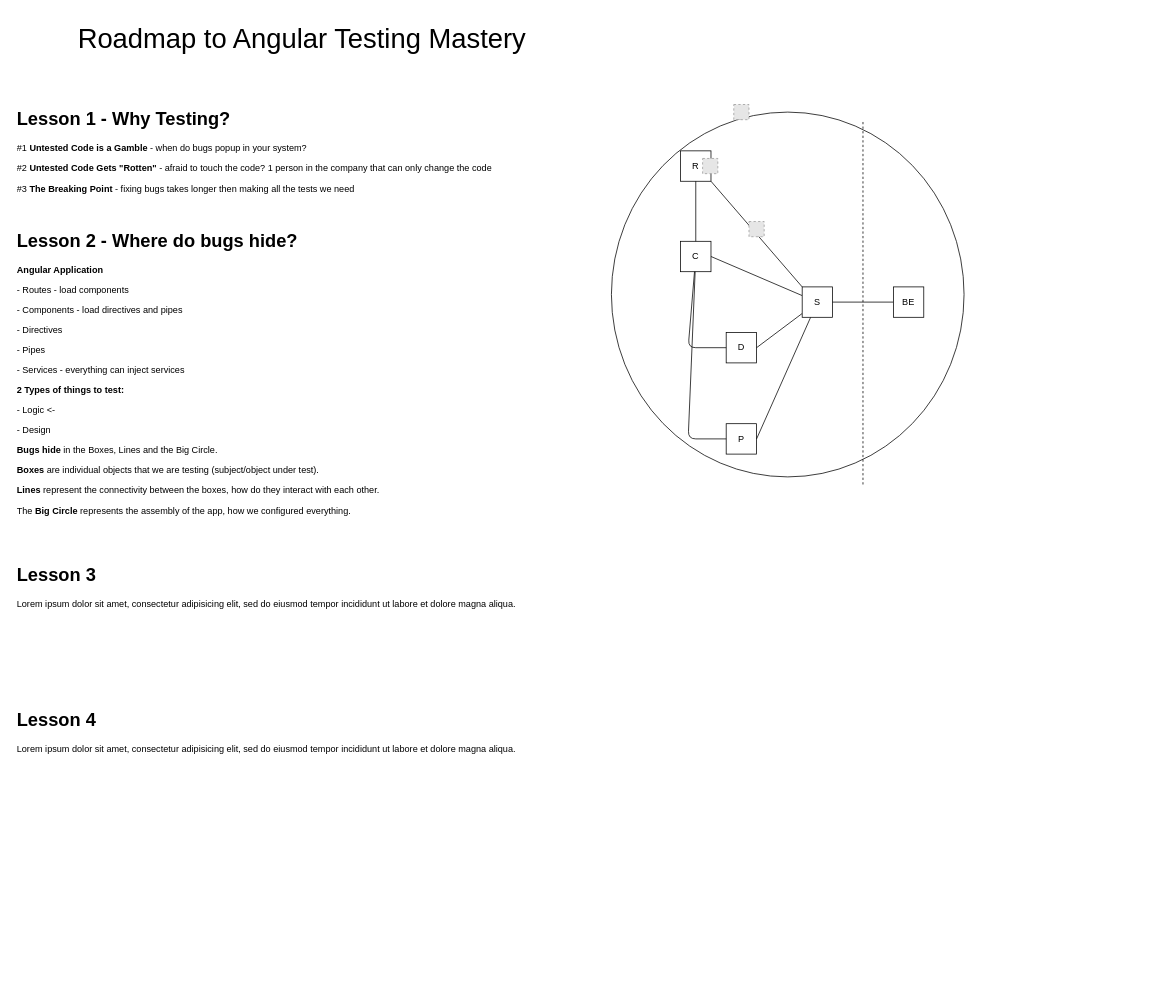
Above: Roadmap to Angular Testing Mastery.drawio in antonio-santos/ng10 (draw.io), before the change. Source tidied: cells renumbered, new cells numbered last; positions are measured from the earlier drawing's top-left corner, leaving out a move shared by most shapes. Both pictures are drawn from the tidied source at 76%, with x=0, y=0 at pixel (13, 13). Pictures stored in the file or linked from it are replaced by grey dashed boxes.
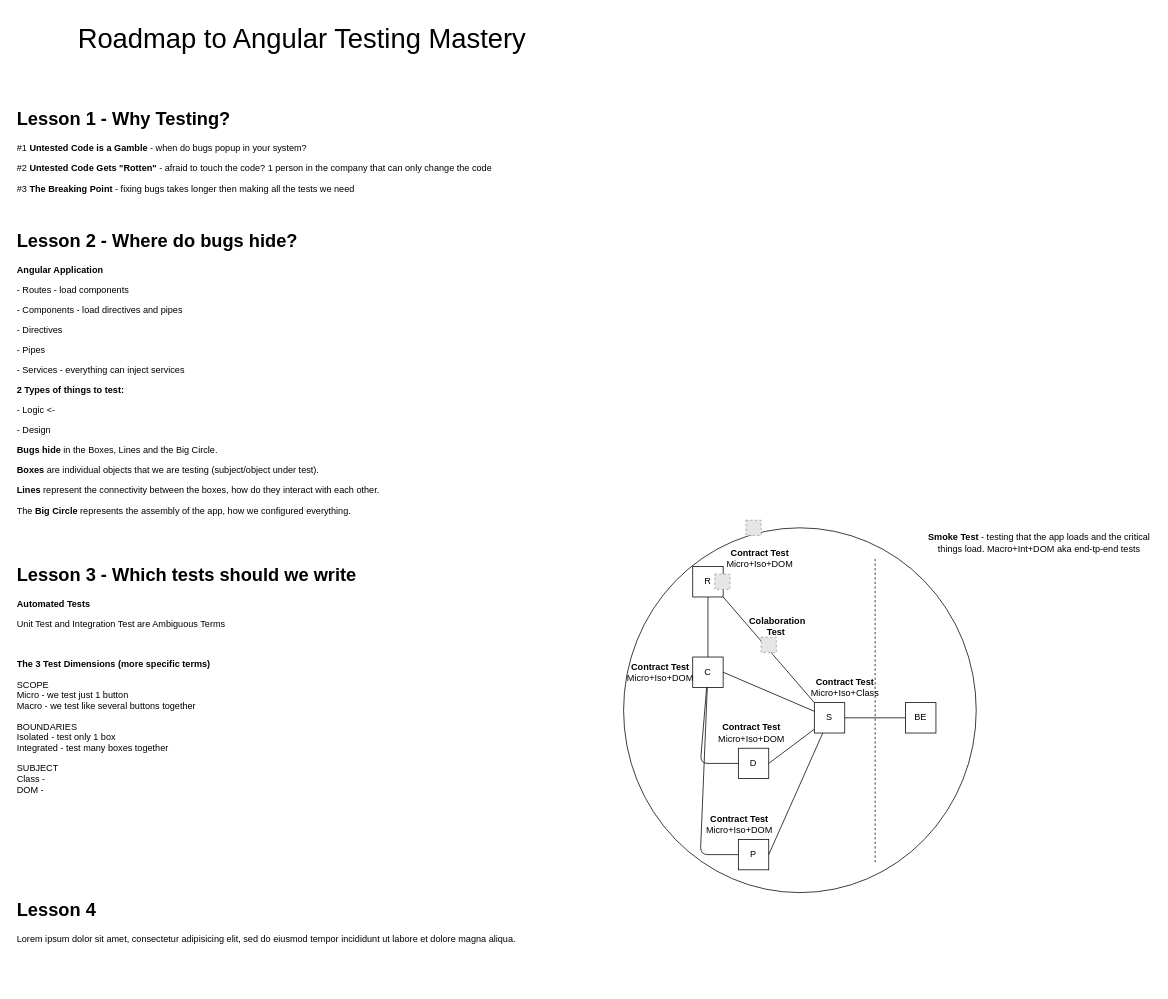
The same diagram, later.

Diff of the diagram source:
```diff
@@
     <mxCell id="3" style="group;" parent="1" vertex="1">
-      <mxGeometry x="787" y="120" width="464" height="500" as="geometry" />
+      <mxGeometry x="803" y="667" width="700" height="500" as="geometry" />
     </mxCell>
@@
     <mxCell id="19" style="endArrow=none;dashed=1;html=1;" parent="3" edge="1">
       <mxGeometry relative="1" as="geometry">
-        <mxPoint x="331" y="500" as="sourcePoint" />
-        <mxPoint x="331" y="20" as="targetPoint" />
+        <mxPoint x="331" y="450" as="sourcePoint" />
+        <mxPoint x="331" y="50" as="targetPoint" />
       </mxGeometry>
     </mxCell>
@@
+    <mxCell id="27" value="&lt;b&gt;Smoke Test&lt;/b&gt;&amp;nbsp;- testing that the app loads and the critical things load. Macro+Int+DOM aka end-tp-end tests" style="text;html=1;strokeColor=none;fillColor=none;align=center;verticalAlign=middle;whiteSpace=wrap;rounded=0;" parent="3" vertex="1">
+      <mxGeometry x="394" y="20" width="306" height="20" as="geometry" />
+    </mxCell>
+    <mxCell id="28" value="&lt;b&gt;Contract Test&lt;br&gt;&lt;/b&gt;Micro+Iso+DOM" style="text;html=1;strokeColor=none;fillColor=none;align=center;verticalAlign=middle;whiteSpace=wrap;rounded=0;" parent="3" vertex="1">
+      <mxGeometry x="131" y="40" width="97" height="20" as="geometry" />
+    </mxCell>
+    <mxCell id="29" value="&lt;b&gt;Colaboration Test&lt;/b&gt;&amp;nbsp;" style="text;html=1;strokeColor=none;fillColor=none;align=center;verticalAlign=middle;whiteSpace=wrap;rounded=0;" parent="3" vertex="1">
+      <mxGeometry x="154" y="130" width="97" height="20" as="geometry" />
+    </mxCell>
+    <mxCell id="30" value="&lt;b&gt;Contract Test&lt;br&gt;&lt;/b&gt;Micro+Iso+Class" style="text;html=1;strokeColor=none;fillColor=none;align=center;verticalAlign=middle;whiteSpace=wrap;rounded=0;" parent="3" vertex="1">
+      <mxGeometry x="243" y="210" width="97" height="20" as="geometry" />
+    </mxCell>
+    <mxCell id="31" value="&lt;b&gt;Contract Test&lt;br&gt;&lt;/b&gt;Micro+Iso+DOM" style="text;html=1;strokeColor=none;fillColor=none;align=center;verticalAlign=middle;whiteSpace=wrap;rounded=0;" parent="3" vertex="1">
+      <mxGeometry y="190" width="97" height="20" as="geometry" />
+    </mxCell>
+    <mxCell id="32" value="&lt;b&gt;Contract Test&lt;br&gt;&lt;/b&gt;Micro+Iso+DOM" style="text;html=1;strokeColor=none;fillColor=none;align=center;verticalAlign=middle;whiteSpace=wrap;rounded=0;" parent="3" vertex="1">
+      <mxGeometry x="120" y="270" width="97" height="20" as="geometry" />
+    </mxCell>
+    <mxCell id="33" value="&lt;b&gt;Contract Test&lt;br&gt;&lt;/b&gt;Micro+Iso+DOM" style="text;html=1;strokeColor=none;fillColor=none;align=center;verticalAlign=middle;whiteSpace=wrap;rounded=0;" parent="3" vertex="1">
+      <mxGeometry x="104" y="390" width="97" height="20" as="geometry" />
+    </mxCell>
-    <mxCell id="23" value="&lt;h1&gt;Lesson 3&lt;/h1&gt;&lt;p&gt;Lorem ipsum dolor sit amet, consectetur adipisicing elit, sed do eiusmod tempor incididunt ut labore et dolore magna aliqua.&lt;/p&gt;" style="text;html=1;strokeColor=none;fillColor=none;spacing=5;spacingTop=-20;whiteSpace=wrap;overflow=hidden;rounded=0;" parent="1" vertex="1">
-      <mxGeometry y="720" width="720" height="150" as="geometry" />
+    <mxCell id="23" value="&lt;h1&gt;Lesson 3 - Which tests should we write&lt;/h1&gt;&lt;p&gt;&lt;b&gt;Automated Tests&lt;/b&gt;&lt;/p&gt;&lt;p&gt;Unit Test and&amp;nbsp;&lt;span&gt;Integration Test are Ambiguous Terms&lt;/span&gt;&lt;/p&gt;&lt;p&gt;&lt;span&gt;&lt;br&gt;&lt;/span&gt;&lt;/p&gt;&lt;p&gt;&lt;span&gt;&lt;b&gt;The 3 Test Dimensions (more specific terms)&lt;/b&gt;&lt;/span&gt;&lt;/p&gt;&lt;p&gt;SCOPE&lt;br&gt;Micro - we test just 1 button&lt;br&gt;Macro - we test like several buttons together&lt;/p&gt;&lt;p&gt;BOUNDARIES&lt;br&gt;Isolated - test only 1 box&lt;br&gt;Integrated - test many boxes together&lt;/p&gt;&lt;p&gt;SUBJECT&lt;br&gt;Class -&amp;nbsp;&lt;br&gt;DOM -&amp;nbsp;&lt;/p&gt;&lt;p&gt;&lt;br&gt;&lt;/p&gt;" style="text;html=1;strokeColor=none;fillColor=none;spacing=5;spacingTop=-20;whiteSpace=wrap;overflow=hidden;rounded=0;" parent="1" vertex="1">
+      <mxGeometry y="720" width="720" height="400" as="geometry" />
     </mxCell>
     <mxCell id="24" value="&lt;h1&gt;Lesson 4&lt;/h1&gt;&lt;p&gt;Lorem ipsum dolor sit amet, consectetur adipisicing elit, sed do eiusmod tempor incididunt ut labore et dolore magna aliqua.&lt;/p&gt;" style="text;html=1;strokeColor=none;fillColor=none;spacing=5;spacingTop=-20;whiteSpace=wrap;overflow=hidden;rounded=0;" parent="1" vertex="1">
-      <mxGeometry y="910" width="720" height="120" as="geometry" />
+      <mxGeometry y="1160" width="720" height="120" as="geometry" />
     </mxCell>
```
